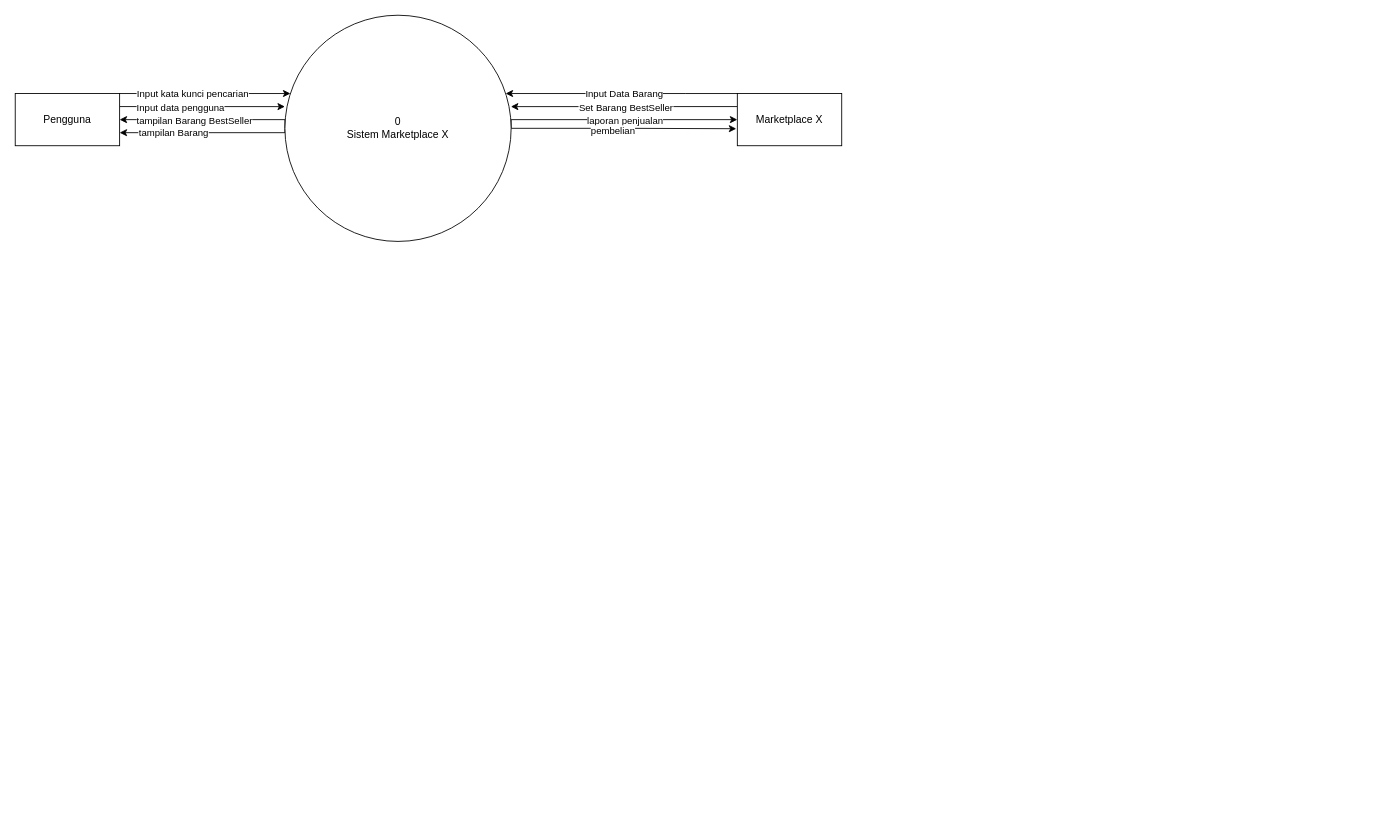
attaf-riski/praktikum-pbo keeps this draw.io diagram as praktikum1/dfd_prak_5.drawio. Above is the earlier version. Source tidied: cells renumbered, new cells numbered last; positions are measured from the earlier drawing's top-left corner, leaving out a move shared by most shapes. Both pictures are drawn from the tidied source at 87%, with x=0, y=0 at pixel (15, 15).
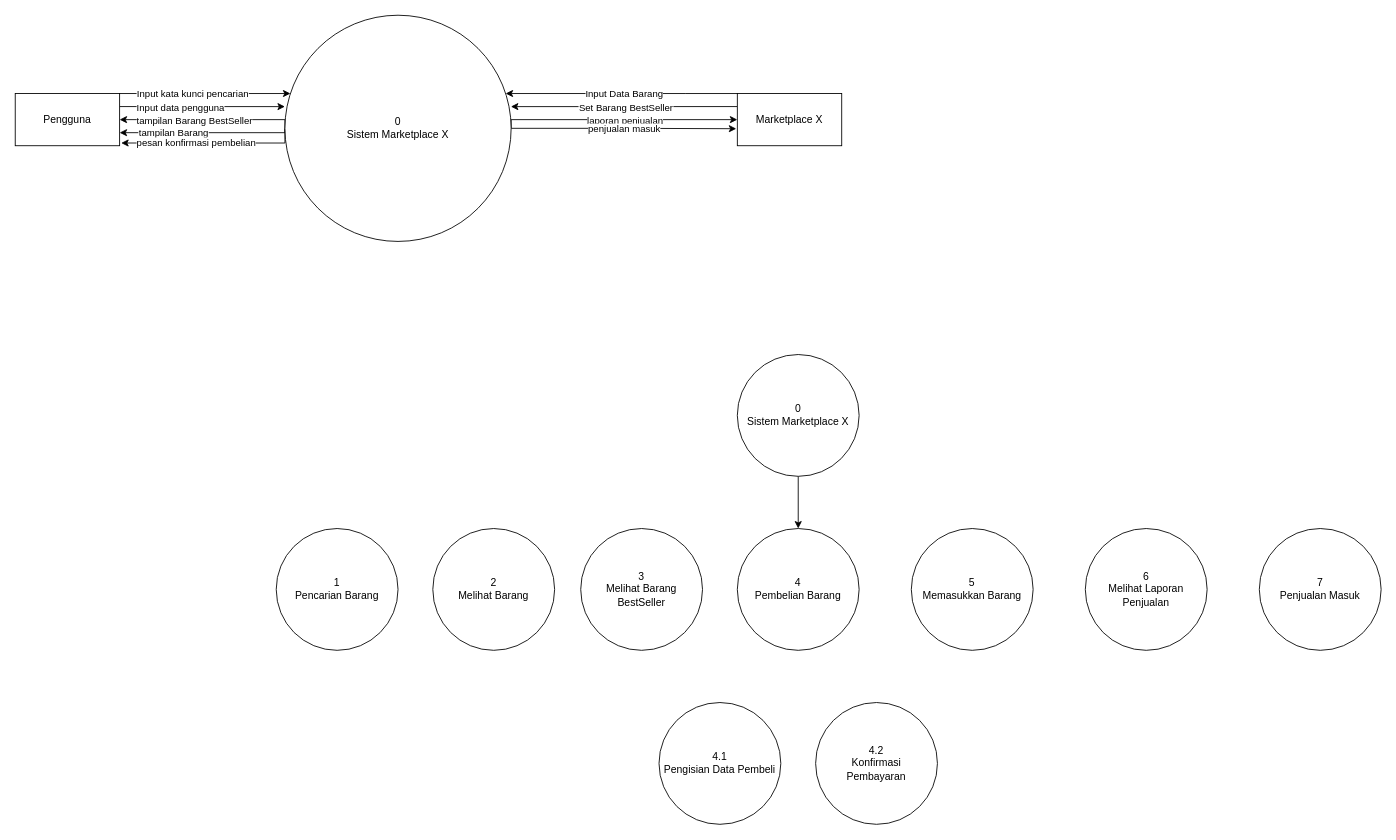
The same diagram, later.

The change refers to these unchanged cells:
```xml
<mxCell id="8" style="edgeStyle=orthogonalEdgeStyle;rounded=0;jettySize=auto;html=1;exitX=1;exitY=0.5;exitDx=0;exitDy=0;entryX=-0.01;entryY=0.674;entryDx=0;entryDy=0;entryPerimeter=0;" parent="1" edge="1" source="10" target="20">
  <mxGeometry relative="1" as="geometry">
    <Array as="points">
      <mxPoint x="700" y="130" />
    </Array>
  </mxGeometry>
</mxCell>
<mxCell id="10" value="0&lt;br&gt;Sistem Marketplace X" style="ellipse;whiteSpace=wrap;html=1;" parent="1" vertex="1">
  <mxGeometry x="310" width="260" height="260" as="geometry" />
</mxCell>
<mxCell id="15" value="Pengguna" style="rounded=0;whiteSpace=wrap;html=1;" parent="1" vertex="1">
  <mxGeometry y="90" width="120" height="60" as="geometry" />
</mxCell>
```

What changed in the source:
```diff
@@
-    <mxCell id="9" value="pembelian" style="edgeLabel;html=1;align=center;verticalAlign=middle;" parent="8" vertex="1">
-      <mxGeometry x="-0.1" y="-2" relative="1" as="geometry" />
+    <mxCell id="9" value="penjualan masuk" style="edgeLabel;html=1;align=center;verticalAlign=middle;" parent="8" vertex="1">
+      <mxGeometry x="-0.1" y="-2" relative="1" as="geometry">
+        <mxPoint x="13" y="-2" as="offset" />
+      </mxGeometry>
     </mxCell>
+    <mxCell id="21" style="edgeStyle=orthogonalEdgeStyle;rounded=0;jettySize=auto;html=1;exitX=0;exitY=0.5;exitDx=0;exitDy=0;entryX=1.015;entryY=0.948;entryDx=0;entryDy=0;entryPerimeter=0;" parent="1" edge="1" source="10" target="15">
+      <mxGeometry relative="1" as="geometry">
+        <Array as="points">
+          <mxPoint x="310" y="147" />
+        </Array>
+      </mxGeometry>
+    </mxCell>
+    <mxCell id="22" value="pesan konfirmasi pembelian" style="edgeLabel;html=1;align=center;verticalAlign=middle;" parent="21" vertex="1">
+      <mxGeometry x="0.11" relative="1" as="geometry">
+        <mxPoint x="-5" as="offset" />
+      </mxGeometry>
+    </mxCell>
@@
+    <mxCell id="23" style="edgeStyle=orthogonalEdgeStyle;rounded=0;jettySize=auto;html=1;exitX=0.5;exitY=1;exitDx=0;exitDy=0;" parent="1" edge="1" source="24" target="30">
+      <mxGeometry relative="1" as="geometry" />
+    </mxCell>
+    <mxCell id="24" value="&lt;div&gt;0&lt;br&gt;&lt;/div&gt;&lt;div&gt;Sistem Marketplace X&lt;/div&gt;" style="ellipse;whiteSpace=wrap;html=1;" parent="1" vertex="1">
+      <mxGeometry x="830" y="390" width="140" height="140" as="geometry" />
+    </mxCell>
+    <mxCell id="25" value="&lt;div&gt;1&lt;br&gt;&lt;/div&gt;&lt;div&gt;Pencarian Barang&lt;/div&gt;" style="ellipse;whiteSpace=wrap;html=1;" parent="1" vertex="1">
+      <mxGeometry x="300" y="590" width="140" height="140" as="geometry" />
+    </mxCell>
+    <mxCell id="26" value="&lt;div&gt;3&lt;br&gt;&lt;/div&gt;&lt;div&gt;Melihat Barang BestSeller&lt;br&gt;&lt;/div&gt;" style="ellipse;whiteSpace=wrap;html=1;" parent="1" vertex="1">
+      <mxGeometry x="650" y="590" width="140" height="140" as="geometry" />
+    </mxCell>
+    <mxCell id="27" value="&lt;div&gt;5&lt;br&gt;&lt;/div&gt;&lt;div&gt;Memasukkan Barang&lt;br&gt;&lt;/div&gt;" style="ellipse;whiteSpace=wrap;html=1;" parent="1" vertex="1">
+      <mxGeometry x="1030" y="590" width="140" height="140" as="geometry" />
+    </mxCell>
+    <mxCell id="28" value="&lt;div&gt;6&lt;br&gt;&lt;/div&gt;&lt;div&gt;Melihat Laporan Penjualan&lt;/div&gt;" style="ellipse;whiteSpace=wrap;html=1;" parent="1" vertex="1">
+      <mxGeometry x="1230" y="590" width="140" height="140" as="geometry" />
+    </mxCell>
+    <mxCell id="29" value="&lt;div&gt;7&lt;br&gt;&lt;/div&gt;&lt;div&gt;Penjualan Masuk&lt;br&gt;&lt;/div&gt;" style="ellipse;whiteSpace=wrap;html=1;" parent="1" vertex="1">
+      <mxGeometry x="1430" y="590" width="140" height="140" as="geometry" />
+    </mxCell>
+    <mxCell id="30" value="&lt;div&gt;4&lt;br&gt;&lt;/div&gt;&lt;div&gt;Pembelian Barang&lt;br&gt;&lt;/div&gt;" style="ellipse;whiteSpace=wrap;html=1;" parent="1" vertex="1">
+      <mxGeometry x="830" y="590" width="140" height="140" as="geometry" />
+    </mxCell>
+    <mxCell id="31" value="&lt;div&gt;2&lt;br&gt;&lt;/div&gt;&lt;div&gt;Melihat Barang&lt;br&gt;&lt;/div&gt;" style="ellipse;whiteSpace=wrap;html=1;" parent="1" vertex="1">
+      <mxGeometry x="480" y="590" width="140" height="140" as="geometry" />
+    </mxCell>
+    <mxCell id="32" value="&lt;div&gt;4.1&lt;br&gt;&lt;/div&gt;&lt;div&gt;Pengisian Data Pembeli&lt;br&gt;&lt;/div&gt;" style="ellipse;whiteSpace=wrap;html=1;" parent="1" vertex="1">
+      <mxGeometry x="740" y="790" width="140" height="140" as="geometry" />
+    </mxCell>
+    <mxCell id="33" value="&lt;div&gt;4.2&lt;/div&gt;&lt;div&gt;Konfirmasi &lt;br&gt;&lt;/div&gt;&lt;div&gt;Pembayaran&lt;br&gt;&lt;/div&gt;" style="ellipse;whiteSpace=wrap;html=1;" parent="1" vertex="1">
+      <mxGeometry x="920" y="790" width="140" height="140" as="geometry" />
+    </mxCell>
```
